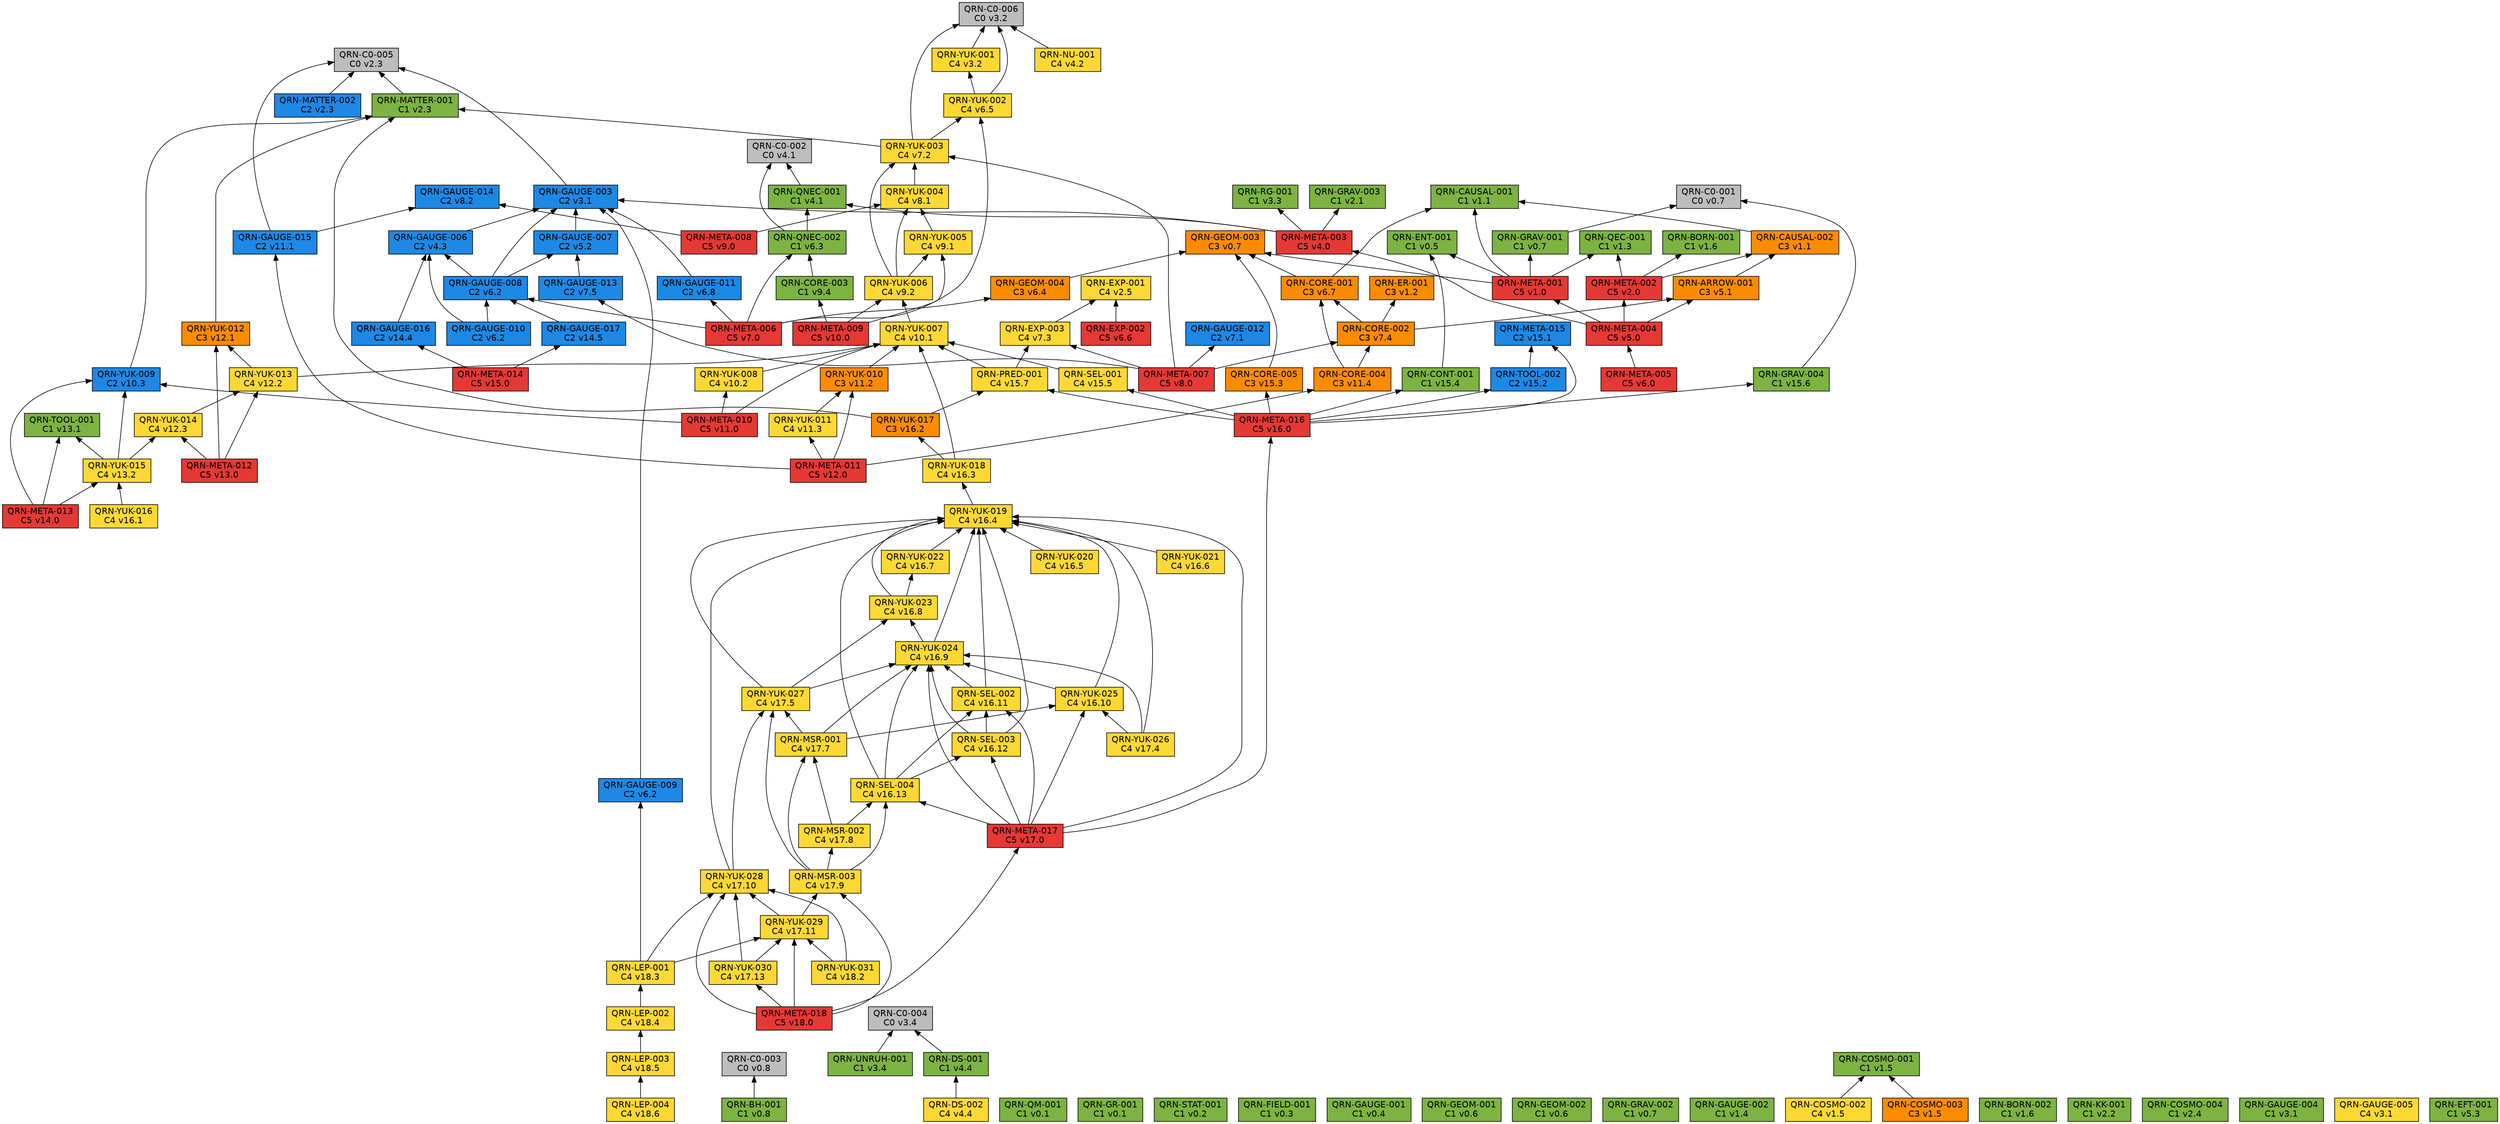
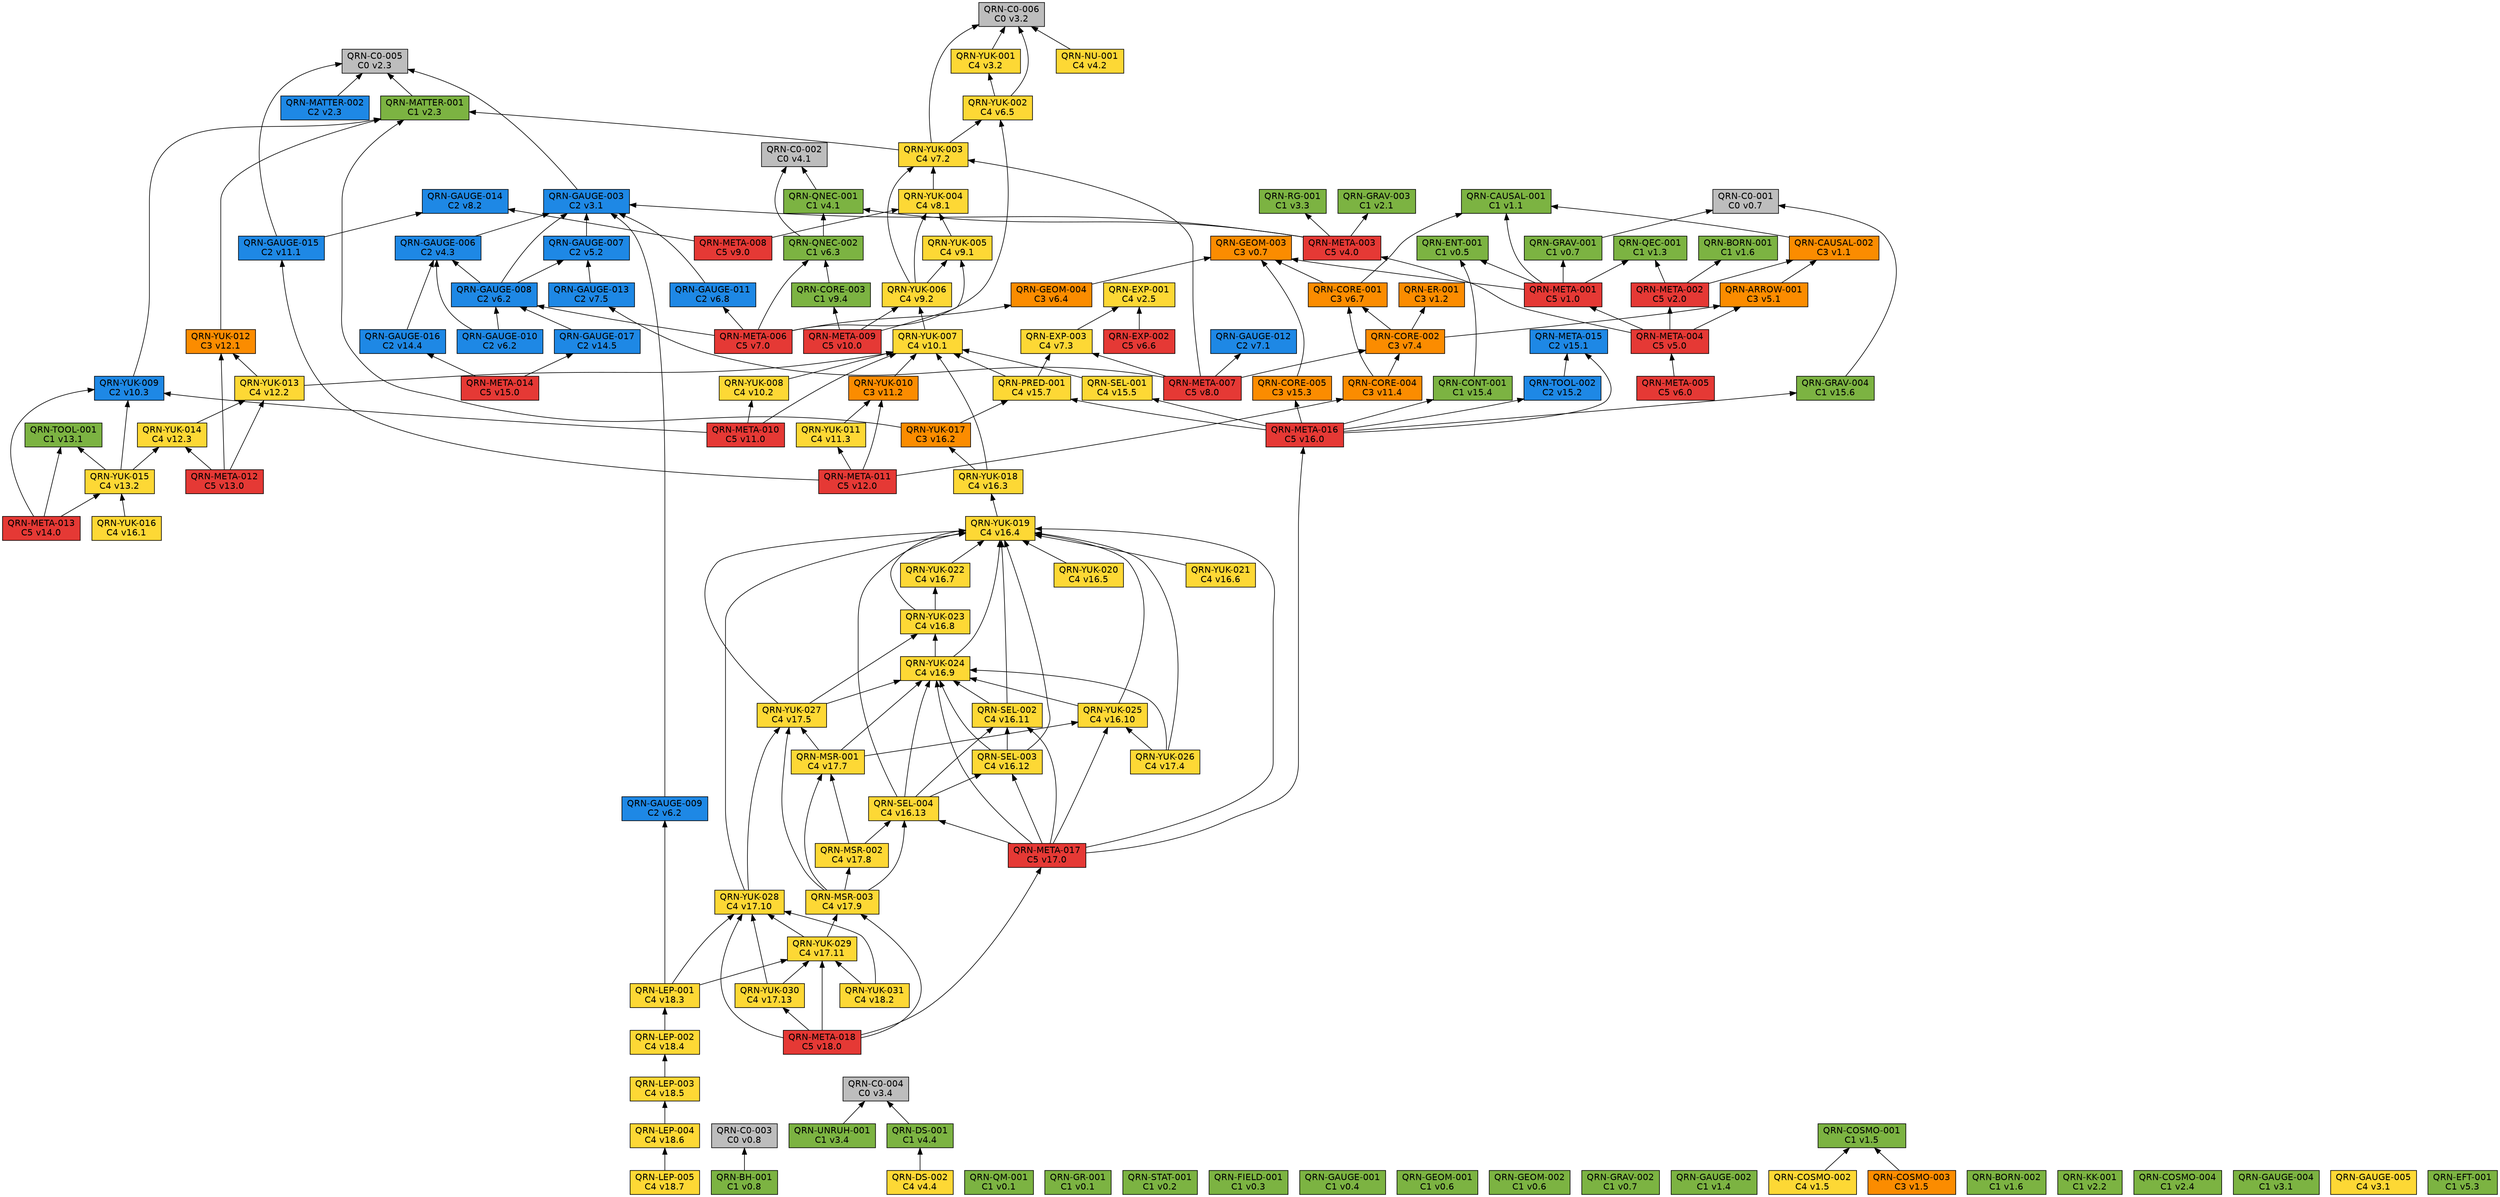
// 自動生成 (dag/report.pl) — QRN 主張依存グラフ
digraph qrn {
  rankdir=BT;
  node [shape=box, style=filled, fontname="Helvetica"];
  "QRN-C0-001" [fillcolor="#bdbdbd", label="QRN-C0-001\nC0 v0.7"];
  "QRN-C0-002" [fillcolor="#bdbdbd", label="QRN-C0-002\nC0 v4.1"];
  "QRN-C0-003" [fillcolor="#bdbdbd", label="QRN-C0-003\nC0 v0.8"];
  "QRN-C0-004" [fillcolor="#bdbdbd", label="QRN-C0-004\nC0 v3.4"];
  "QRN-C0-005" [fillcolor="#bdbdbd", label="QRN-C0-005\nC0 v2.3"];
  "QRN-C0-006" [fillcolor="#bdbdbd", label="QRN-C0-006\nC0 v3.2"];
  "QRN-QM-001" [fillcolor="#7cb342", label="QRN-QM-001\nC1 v0.1"];
  "QRN-GR-001" [fillcolor="#7cb342", label="QRN-GR-001\nC1 v0.1"];
  "QRN-STAT-001" [fillcolor="#7cb342", label="QRN-STAT-001\nC1 v0.2"];
  "QRN-FIELD-001" [fillcolor="#7cb342", label="QRN-FIELD-001\nC1 v0.3"];
  "QRN-GAUGE-001" [fillcolor="#7cb342", label="QRN-GAUGE-001\nC1 v0.4"];
  "QRN-ENT-001" [fillcolor="#7cb342", label="QRN-ENT-001\nC1 v0.5"];
  "QRN-GEOM-001" [fillcolor="#7cb342", label="QRN-GEOM-001\nC1 v0.6"];
  "QRN-GEOM-002" [fillcolor="#7cb342", label="QRN-GEOM-002\nC1 v0.6"];
  "QRN-GEOM-003" [fillcolor="#fb8c00", label="QRN-GEOM-003\nC3 v0.7"];
  "QRN-GRAV-001" [fillcolor="#7cb342", label="QRN-GRAV-001\nC1 v0.7"];
  "QRN-GRAV-002" [fillcolor="#7cb342", label="QRN-GRAV-002\nC1 v0.7"];
  "QRN-BH-001" [fillcolor="#7cb342", label="QRN-BH-001\nC1 v0.8"];
  "QRN-CAUSAL-001" [fillcolor="#7cb342", label="QRN-CAUSAL-001\nC1 v1.1"];
  "QRN-CAUSAL-002" [fillcolor="#fb8c00", label="QRN-CAUSAL-002\nC3 v1.1"];
  "QRN-ER-001" [fillcolor="#fb8c00", label="QRN-ER-001\nC3 v1.2"];
  "QRN-QEC-001" [fillcolor="#7cb342", label="QRN-QEC-001\nC1 v1.3"];
  "QRN-GAUGE-002" [fillcolor="#7cb342", label="QRN-GAUGE-002\nC1 v1.4"];
  "QRN-COSMO-001" [fillcolor="#7cb342", label="QRN-COSMO-001\nC1 v1.5"];
  "QRN-COSMO-002" [fillcolor="#fdd835", label="QRN-COSMO-002\nC4 v1.5"];
  "QRN-COSMO-003" [fillcolor="#fb8c00", label="QRN-COSMO-003\nC3 v1.5"];
  "QRN-BORN-001" [fillcolor="#7cb342", label="QRN-BORN-001\nC1 v1.6"];
  "QRN-BORN-002" [fillcolor="#7cb342", label="QRN-BORN-002\nC1 v1.6"];
  "QRN-GRAV-003" [fillcolor="#7cb342", label="QRN-GRAV-003\nC1 v2.1"];
  "QRN-KK-001" [fillcolor="#7cb342", label="QRN-KK-001\nC1 v2.2"];
  "QRN-MATTER-001" [fillcolor="#7cb342", label="QRN-MATTER-001\nC1 v2.3"];
  "QRN-MATTER-002" [fillcolor="#1e88e5", label="QRN-MATTER-002\nC2 v2.3"];
  "QRN-COSMO-004" [fillcolor="#7cb342", label="QRN-COSMO-004\nC1 v2.4"];
  "QRN-EXP-001" [fillcolor="#fdd835", label="QRN-EXP-001\nC4 v2.5"];
  "QRN-GAUGE-003" [fillcolor="#1e88e5", label="QRN-GAUGE-003\nC2 v3.1"];
  "QRN-GAUGE-004" [fillcolor="#7cb342", label="QRN-GAUGE-004\nC1 v3.1"];
  "QRN-GAUGE-005" [fillcolor="#fdd835", label="QRN-GAUGE-005\nC4 v3.1"];
  "QRN-YUK-001" [fillcolor="#fdd835", label="QRN-YUK-001\nC4 v3.2"];
  "QRN-RG-001" [fillcolor="#7cb342", label="QRN-RG-001\nC1 v3.3"];
  "QRN-UNRUH-001" [fillcolor="#7cb342", label="QRN-UNRUH-001\nC1 v3.4"];
  "QRN-QNEC-001" [fillcolor="#7cb342", label="QRN-QNEC-001\nC1 v4.1"];
  "QRN-NU-001" [fillcolor="#fdd835", label="QRN-NU-001\nC4 v4.2"];
  "QRN-GAUGE-006" [fillcolor="#1e88e5", label="QRN-GAUGE-006\nC2 v4.3"];
  "QRN-DS-001" [fillcolor="#7cb342", label="QRN-DS-001\nC1 v4.4"];
  "QRN-DS-002" [fillcolor="#fdd835", label="QRN-DS-002\nC4 v4.4"];
  "QRN-ARROW-001" [fillcolor="#fb8c00", label="QRN-ARROW-001\nC3 v5.1"];
  "QRN-GAUGE-007" [fillcolor="#1e88e5", label="QRN-GAUGE-007\nC2 v5.2"];
  "QRN-EFT-001" [fillcolor="#7cb342", label="QRN-EFT-001\nC1 v5.3"];
  "QRN-GAUGE-008" [fillcolor="#1e88e5", label="QRN-GAUGE-008\nC2 v6.2"];
  "QRN-GAUGE-009" [fillcolor="#1e88e5", label="QRN-GAUGE-009\nC2 v6.2"];
  "QRN-GAUGE-010" [fillcolor="#1e88e5", label="QRN-GAUGE-010\nC2 v6.2"];
  "QRN-QNEC-002" [fillcolor="#7cb342", label="QRN-QNEC-002\nC1 v6.3"];
  "QRN-GEOM-004" [fillcolor="#fb8c00", label="QRN-GEOM-004\nC3 v6.4"];
  "QRN-YUK-002" [fillcolor="#fdd835", label="QRN-YUK-002\nC4 v6.5"];
  "QRN-EXP-002" [fillcolor="#e53935", label="QRN-EXP-002\nC5 v6.6"];
  "QRN-CORE-001" [fillcolor="#fb8c00", label="QRN-CORE-001\nC3 v6.7"];
  "QRN-GAUGE-011" [fillcolor="#1e88e5", label="QRN-GAUGE-011\nC2 v6.8"];
  "QRN-GAUGE-012" [fillcolor="#1e88e5", label="QRN-GAUGE-012\nC2 v7.1"];
  "QRN-YUK-003" [fillcolor="#fdd835", label="QRN-YUK-003\nC4 v7.2"];
  "QRN-EXP-003" [fillcolor="#fdd835", label="QRN-EXP-003\nC4 v7.3"];
  "QRN-CORE-002" [fillcolor="#fb8c00", label="QRN-CORE-002\nC3 v7.4"];
  "QRN-GAUGE-013" [fillcolor="#1e88e5", label="QRN-GAUGE-013\nC2 v7.5"];
  "QRN-YUK-004" [fillcolor="#fdd835", label="QRN-YUK-004\nC4 v8.1"];
  "QRN-GAUGE-014" [fillcolor="#1e88e5", label="QRN-GAUGE-014\nC2 v8.2"];
  "QRN-META-001" [fillcolor="#e53935", label="QRN-META-001\nC5 v1.0"];
  "QRN-META-002" [fillcolor="#e53935", label="QRN-META-002\nC5 v2.0"];
  "QRN-META-003" [fillcolor="#e53935", label="QRN-META-003\nC5 v4.0"];
  "QRN-META-004" [fillcolor="#e53935", label="QRN-META-004\nC5 v5.0"];
  "QRN-META-005" [fillcolor="#e53935", label="QRN-META-005\nC5 v6.0"];
  "QRN-META-006" [fillcolor="#e53935", label="QRN-META-006\nC5 v7.0"];
  "QRN-META-007" [fillcolor="#e53935", label="QRN-META-007\nC5 v8.0"];
  "QRN-META-008" [fillcolor="#e53935", label="QRN-META-008\nC5 v9.0"];
  "QRN-YUK-005" [fillcolor="#fdd835", label="QRN-YUK-005\nC4 v9.1"];
  "QRN-YUK-006" [fillcolor="#fdd835", label="QRN-YUK-006\nC4 v9.2"];
  "QRN-CORE-003" [fillcolor="#7cb342", label="QRN-CORE-003\nC1 v9.4"];
  "QRN-META-009" [fillcolor="#e53935", label="QRN-META-009\nC5 v10.0"];
  "QRN-YUK-007" [fillcolor="#fdd835", label="QRN-YUK-007\nC4 v10.1"];
  "QRN-YUK-008" [fillcolor="#fdd835", label="QRN-YUK-008\nC4 v10.2"];
  "QRN-YUK-009" [fillcolor="#1e88e5", label="QRN-YUK-009\nC2 v10.3"];
  "QRN-META-010" [fillcolor="#e53935", label="QRN-META-010\nC5 v11.0"];
  "QRN-GAUGE-015" [fillcolor="#1e88e5", label="QRN-GAUGE-015\nC2 v11.1"];
  "QRN-YUK-010" [fillcolor="#fb8c00", label="QRN-YUK-010\nC3 v11.2"];
  "QRN-YUK-011" [fillcolor="#fdd835", label="QRN-YUK-011\nC4 v11.3"];
  "QRN-CORE-004" [fillcolor="#fb8c00", label="QRN-CORE-004\nC3 v11.4"];
  "QRN-META-011" [fillcolor="#e53935", label="QRN-META-011\nC5 v12.0"];
  "QRN-YUK-012" [fillcolor="#fb8c00", label="QRN-YUK-012\nC3 v12.1"];
  "QRN-YUK-013" [fillcolor="#fdd835", label="QRN-YUK-013\nC4 v12.2"];
  "QRN-YUK-014" [fillcolor="#fdd835", label="QRN-YUK-014\nC4 v12.3"];
  "QRN-META-012" [fillcolor="#e53935", label="QRN-META-012\nC5 v13.0"];
  "QRN-TOOL-001" [fillcolor="#7cb342", label="QRN-TOOL-001\nC1 v13.1"];
  "QRN-YUK-015" [fillcolor="#fdd835", label="QRN-YUK-015\nC4 v13.2"];
  "QRN-META-013" [fillcolor="#e53935", label="QRN-META-013\nC5 v14.0"];
  "QRN-GAUGE-016" [fillcolor="#1e88e5", label="QRN-GAUGE-016\nC2 v14.4"];
  "QRN-GAUGE-017" [fillcolor="#1e88e5", label="QRN-GAUGE-017\nC2 v14.5"];
  "QRN-META-014" [fillcolor="#e53935", label="QRN-META-014\nC5 v15.0"];
  "QRN-META-015" [fillcolor="#1e88e5", label="QRN-META-015\nC2 v15.1"];
  "QRN-TOOL-002" [fillcolor="#1e88e5", label="QRN-TOOL-002\nC2 v15.2"];
  "QRN-CORE-005" [fillcolor="#fb8c00", label="QRN-CORE-005\nC3 v15.3"];
  "QRN-CONT-001" [fillcolor="#7cb342", label="QRN-CONT-001\nC1 v15.4"];
  "QRN-SEL-001" [fillcolor="#fdd835", label="QRN-SEL-001\nC4 v15.5"];
  "QRN-GRAV-004" [fillcolor="#7cb342", label="QRN-GRAV-004\nC1 v15.6"];
  "QRN-PRED-001" [fillcolor="#fdd835", label="QRN-PRED-001\nC4 v15.7"];
  "QRN-META-016" [fillcolor="#e53935", label="QRN-META-016\nC5 v16.0"];
  "QRN-YUK-016" [fillcolor="#fdd835", label="QRN-YUK-016\nC4 v16.1"];
  "QRN-YUK-017" [fillcolor="#fb8c00", label="QRN-YUK-017\nC3 v16.2"];
  "QRN-YUK-018" [fillcolor="#fdd835", label="QRN-YUK-018\nC4 v16.3"];
  "QRN-YUK-019" [fillcolor="#fdd835", label="QRN-YUK-019\nC4 v16.4"];
  "QRN-YUK-020" [fillcolor="#fdd835", label="QRN-YUK-020\nC4 v16.5"];
  "QRN-YUK-021" [fillcolor="#fdd835", label="QRN-YUK-021\nC4 v16.6"];
  "QRN-YUK-022" [fillcolor="#fdd835", label="QRN-YUK-022\nC4 v16.7"];
  "QRN-YUK-023" [fillcolor="#fdd835", label="QRN-YUK-023\nC4 v16.8"];
  "QRN-YUK-024" [fillcolor="#fdd835", label="QRN-YUK-024\nC4 v16.9"];
  "QRN-YUK-025" [fillcolor="#fdd835", label="QRN-YUK-025\nC4 v16.10"];
  "QRN-SEL-002" [fillcolor="#fdd835", label="QRN-SEL-002\nC4 v16.11"];
  "QRN-SEL-003" [fillcolor="#fdd835", label="QRN-SEL-003\nC4 v16.12"];
  "QRN-SEL-004" [fillcolor="#fdd835", label="QRN-SEL-004\nC4 v16.13"];
  "QRN-META-017" [fillcolor="#e53935", label="QRN-META-017\nC5 v17.0"];
  "QRN-YUK-026" [fillcolor="#fdd835", label="QRN-YUK-026\nC4 v17.4"];
  "QRN-YUK-027" [fillcolor="#fdd835", label="QRN-YUK-027\nC4 v17.5"];
  "QRN-MSR-001" [fillcolor="#fdd835", label="QRN-MSR-001\nC4 v17.7"];
  "QRN-MSR-002" [fillcolor="#fdd835", label="QRN-MSR-002\nC4 v17.8"];
  "QRN-MSR-003" [fillcolor="#fdd835", label="QRN-MSR-003\nC4 v17.9"];
  "QRN-YUK-028" [fillcolor="#fdd835", label="QRN-YUK-028\nC4 v17.10"];
  "QRN-YUK-029" [fillcolor="#fdd835", label="QRN-YUK-029\nC4 v17.11"];
  "QRN-YUK-030" [fillcolor="#fdd835", label="QRN-YUK-030\nC4 v17.13"];
  "QRN-META-018" [fillcolor="#e53935", label="QRN-META-018\nC5 v18.0"];
  "QRN-YUK-031" [fillcolor="#fdd835", label="QRN-YUK-031\nC4 v18.2"];
  "QRN-LEP-001" [fillcolor="#fdd835", label="QRN-LEP-001\nC4 v18.3"];
  "QRN-LEP-002" [fillcolor="#fdd835", label="QRN-LEP-002\nC4 v18.4"];
  "QRN-LEP-003" [fillcolor="#fdd835", label="QRN-LEP-003\nC4 v18.5"];
  "QRN-LEP-004" [fillcolor="#fdd835", label="QRN-LEP-004\nC4 v18.6"];
+   "QRN-LEP-005" [fillcolor="#fdd835", label="QRN-LEP-005\nC4 v18.7"];
  "QRN-GRAV-001" -> "QRN-C0-001";
  "QRN-BH-001" -> "QRN-C0-003";
  "QRN-CAUSAL-002" -> "QRN-CAUSAL-001";
  "QRN-COSMO-002" -> "QRN-COSMO-001";
  "QRN-COSMO-003" -> "QRN-COSMO-001";
  "QRN-MATTER-001" -> "QRN-C0-005";
  "QRN-MATTER-002" -> "QRN-C0-005";
  "QRN-GAUGE-003" -> "QRN-C0-005";
  "QRN-YUK-001" -> "QRN-C0-006";
  "QRN-UNRUH-001" -> "QRN-C0-004";
  "QRN-QNEC-001" -> "QRN-C0-002";
  "QRN-NU-001" -> "QRN-C0-006";
  "QRN-GAUGE-006" -> "QRN-GAUGE-003";
  "QRN-DS-001" -> "QRN-C0-004";
  "QRN-DS-002" -> "QRN-DS-001";
  "QRN-ARROW-001" -> "QRN-CAUSAL-002";
  "QRN-GAUGE-007" -> "QRN-GAUGE-003";
  "QRN-GAUGE-008" -> "QRN-GAUGE-003";
  "QRN-GAUGE-008" -> "QRN-GAUGE-006";
  "QRN-GAUGE-008" -> "QRN-GAUGE-007";
  "QRN-GAUGE-009" -> "QRN-GAUGE-003";
  "QRN-GAUGE-010" -> "QRN-GAUGE-006";
  "QRN-GAUGE-010" -> "QRN-GAUGE-008";
  "QRN-QNEC-002" -> "QRN-C0-002";
  "QRN-QNEC-002" -> "QRN-QNEC-001";
  "QRN-GEOM-004" -> "QRN-GEOM-003";
  "QRN-YUK-002" -> "QRN-C0-006";
  "QRN-YUK-002" -> "QRN-YUK-001";
  "QRN-EXP-002" -> "QRN-EXP-001";
  "QRN-CORE-001" -> "QRN-GEOM-003";
  "QRN-CORE-001" -> "QRN-CAUSAL-001";
  "QRN-GAUGE-011" -> "QRN-GAUGE-003";
  "QRN-YUK-003" -> "QRN-C0-006";
  "QRN-YUK-003" -> "QRN-MATTER-001";
  "QRN-YUK-003" -> "QRN-YUK-002";
  "QRN-EXP-003" -> "QRN-EXP-001";
  "QRN-CORE-002" -> "QRN-CORE-001";
  "QRN-CORE-002" -> "QRN-ER-001";
  "QRN-CORE-002" -> "QRN-ARROW-001";
  "QRN-GAUGE-013" -> "QRN-GAUGE-007";
  "QRN-YUK-004" -> "QRN-YUK-003";
  "QRN-META-001" -> "QRN-GEOM-003";
  "QRN-META-001" -> "QRN-GRAV-001";
  "QRN-META-001" -> "QRN-CAUSAL-001";
  "QRN-META-001" -> "QRN-QEC-001";
  "QRN-META-001" -> "QRN-ENT-001";
  "QRN-META-002" -> "QRN-QEC-001";
  "QRN-META-002" -> "QRN-BORN-001";
  "QRN-META-002" -> "QRN-CAUSAL-002";
  "QRN-META-003" -> "QRN-GAUGE-003";
  "QRN-META-003" -> "QRN-RG-001";
  "QRN-META-003" -> "QRN-QNEC-001";
  "QRN-META-003" -> "QRN-GRAV-003";
  "QRN-META-004" -> "QRN-META-001";
  "QRN-META-004" -> "QRN-META-002";
  "QRN-META-004" -> "QRN-META-003";
  "QRN-META-004" -> "QRN-ARROW-001";
  "QRN-META-005" -> "QRN-META-004";
  "QRN-META-006" -> "QRN-GAUGE-008";
  "QRN-META-006" -> "QRN-QNEC-002";
  "QRN-META-006" -> "QRN-GEOM-004";
  "QRN-META-006" -> "QRN-YUK-002";
  "QRN-META-006" -> "QRN-GAUGE-011";
  "QRN-META-007" -> "QRN-GAUGE-012";
  "QRN-META-007" -> "QRN-YUK-003";
  "QRN-META-007" -> "QRN-EXP-003";
  "QRN-META-007" -> "QRN-CORE-002";
  "QRN-META-007" -> "QRN-GAUGE-013";
  "QRN-META-008" -> "QRN-YUK-004";
  "QRN-META-008" -> "QRN-GAUGE-014";
  "QRN-YUK-005" -> "QRN-YUK-004";
  "QRN-YUK-006" -> "QRN-YUK-003";
  "QRN-YUK-006" -> "QRN-YUK-004";
  "QRN-YUK-006" -> "QRN-YUK-005";
  "QRN-CORE-003" -> "QRN-QNEC-002";
  "QRN-META-009" -> "QRN-YUK-005";
  "QRN-META-009" -> "QRN-YUK-006";
  "QRN-META-009" -> "QRN-CORE-003";
  "QRN-YUK-007" -> "QRN-YUK-006";
  "QRN-YUK-008" -> "QRN-YUK-007";
  "QRN-YUK-009" -> "QRN-MATTER-001";
  "QRN-META-010" -> "QRN-YUK-007";
  "QRN-META-010" -> "QRN-YUK-008";
  "QRN-META-010" -> "QRN-YUK-009";
  "QRN-GAUGE-015" -> "QRN-C0-005";
  "QRN-GAUGE-015" -> "QRN-GAUGE-014";
  "QRN-YUK-010" -> "QRN-YUK-007";
  "QRN-YUK-011" -> "QRN-YUK-010";
  "QRN-CORE-004" -> "QRN-CORE-001";
  "QRN-CORE-004" -> "QRN-CORE-002";
  "QRN-META-011" -> "QRN-GAUGE-015";
  "QRN-META-011" -> "QRN-YUK-010";
  "QRN-META-011" -> "QRN-YUK-011";
  "QRN-META-011" -> "QRN-CORE-004";
  "QRN-YUK-012" -> "QRN-MATTER-001";
  "QRN-YUK-013" -> "QRN-YUK-012";
  "QRN-YUK-013" -> "QRN-YUK-007";
  "QRN-YUK-014" -> "QRN-YUK-013";
  "QRN-META-012" -> "QRN-YUK-012";
  "QRN-META-012" -> "QRN-YUK-013";
  "QRN-META-012" -> "QRN-YUK-014";
  "QRN-YUK-015" -> "QRN-YUK-014";
  "QRN-YUK-015" -> "QRN-TOOL-001";
  "QRN-YUK-015" -> "QRN-YUK-009";
  "QRN-META-013" -> "QRN-YUK-015";
  "QRN-META-013" -> "QRN-TOOL-001";
  "QRN-META-013" -> "QRN-YUK-009";
  "QRN-GAUGE-016" -> "QRN-GAUGE-006";
  "QRN-GAUGE-017" -> "QRN-GAUGE-008";
  "QRN-META-014" -> "QRN-GAUGE-016";
  "QRN-META-014" -> "QRN-GAUGE-017";
  "QRN-TOOL-002" -> "QRN-META-015";
  "QRN-CORE-005" -> "QRN-GEOM-003";
  "QRN-CONT-001" -> "QRN-ENT-001";
  "QRN-SEL-001" -> "QRN-YUK-007";
  "QRN-GRAV-004" -> "QRN-C0-001";
  "QRN-PRED-001" -> "QRN-YUK-007";
  "QRN-PRED-001" -> "QRN-EXP-003";
  "QRN-META-016" -> "QRN-META-015";
  "QRN-META-016" -> "QRN-TOOL-002";
  "QRN-META-016" -> "QRN-CORE-005";
  "QRN-META-016" -> "QRN-CONT-001";
  "QRN-META-016" -> "QRN-SEL-001";
  "QRN-META-016" -> "QRN-GRAV-004";
  "QRN-META-016" -> "QRN-PRED-001";
  "QRN-YUK-016" -> "QRN-YUK-015";
  "QRN-YUK-017" -> "QRN-MATTER-001";
  "QRN-YUK-017" -> "QRN-PRED-001";
  "QRN-YUK-018" -> "QRN-YUK-017";
  "QRN-YUK-018" -> "QRN-YUK-007";
  "QRN-YUK-019" -> "QRN-YUK-018";
  "QRN-YUK-020" -> "QRN-YUK-019";
  "QRN-YUK-021" -> "QRN-YUK-019";
  "QRN-YUK-022" -> "QRN-YUK-019";
  "QRN-YUK-023" -> "QRN-YUK-019";
  "QRN-YUK-023" -> "QRN-YUK-022";
  "QRN-YUK-024" -> "QRN-YUK-019";
  "QRN-YUK-024" -> "QRN-YUK-023";
  "QRN-YUK-025" -> "QRN-YUK-019";
  "QRN-YUK-025" -> "QRN-YUK-024";
  "QRN-SEL-002" -> "QRN-YUK-019";
  "QRN-SEL-002" -> "QRN-YUK-024";
  "QRN-SEL-003" -> "QRN-YUK-019";
  "QRN-SEL-003" -> "QRN-YUK-024";
  "QRN-SEL-003" -> "QRN-SEL-002";
  "QRN-SEL-004" -> "QRN-YUK-019";
  "QRN-SEL-004" -> "QRN-YUK-024";
  "QRN-SEL-004" -> "QRN-SEL-002";
  "QRN-SEL-004" -> "QRN-SEL-003";
  "QRN-META-017" -> "QRN-META-016";
  "QRN-META-017" -> "QRN-YUK-019";
  "QRN-META-017" -> "QRN-YUK-024";
  "QRN-META-017" -> "QRN-YUK-025";
  "QRN-META-017" -> "QRN-SEL-002";
  "QRN-META-017" -> "QRN-SEL-003";
  "QRN-META-017" -> "QRN-SEL-004";
  "QRN-YUK-026" -> "QRN-YUK-019";
  "QRN-YUK-026" -> "QRN-YUK-024";
  "QRN-YUK-026" -> "QRN-YUK-025";
  "QRN-YUK-027" -> "QRN-YUK-019";
  "QRN-YUK-027" -> "QRN-YUK-023";
  "QRN-YUK-027" -> "QRN-YUK-024";
  "QRN-MSR-001" -> "QRN-YUK-024";
  "QRN-MSR-001" -> "QRN-YUK-025";
  "QRN-MSR-001" -> "QRN-YUK-027";
  "QRN-MSR-002" -> "QRN-SEL-004";
  "QRN-MSR-002" -> "QRN-MSR-001";
  "QRN-MSR-003" -> "QRN-MSR-001";
  "QRN-MSR-003" -> "QRN-MSR-002";
  "QRN-MSR-003" -> "QRN-SEL-004";
  "QRN-MSR-003" -> "QRN-YUK-027";
  "QRN-YUK-028" -> "QRN-YUK-019";
  "QRN-YUK-028" -> "QRN-YUK-027";
  "QRN-YUK-029" -> "QRN-YUK-028";
  "QRN-YUK-029" -> "QRN-MSR-003";
  "QRN-YUK-030" -> "QRN-YUK-028";
  "QRN-YUK-030" -> "QRN-YUK-029";
  "QRN-META-018" -> "QRN-META-017";
  "QRN-META-018" -> "QRN-MSR-003";
  "QRN-META-018" -> "QRN-YUK-028";
  "QRN-META-018" -> "QRN-YUK-029";
  "QRN-META-018" -> "QRN-YUK-030";
  "QRN-YUK-031" -> "QRN-YUK-028";
  "QRN-YUK-031" -> "QRN-YUK-029";
  "QRN-LEP-001" -> "QRN-YUK-028";
  "QRN-LEP-001" -> "QRN-YUK-029";
  "QRN-LEP-001" -> "QRN-GAUGE-009";
  "QRN-LEP-002" -> "QRN-LEP-001";
  "QRN-LEP-003" -> "QRN-LEP-002";
  "QRN-LEP-004" -> "QRN-LEP-003";
+   "QRN-LEP-005" -> "QRN-LEP-004";
}
